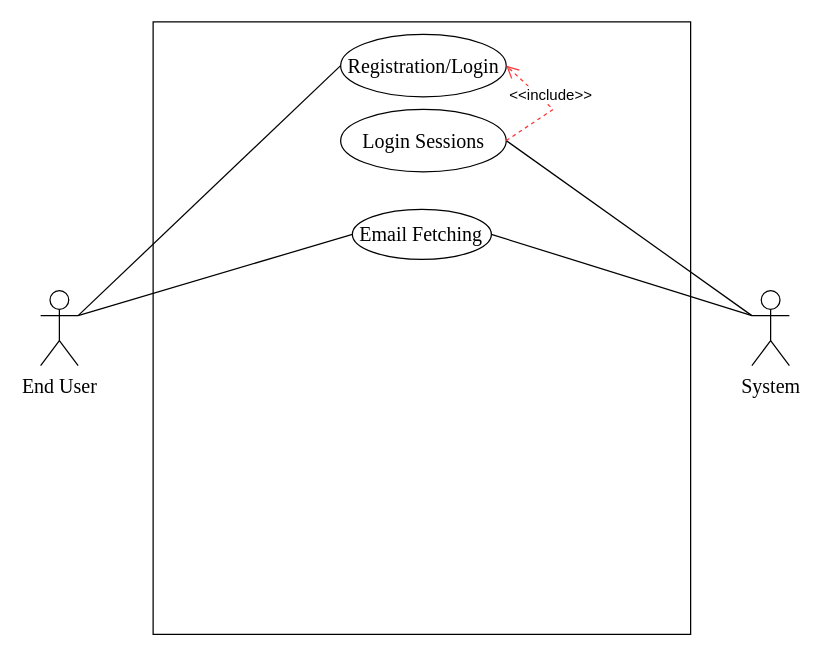
Before: UseCase.drawio in Yash7200/CP-3, a draw.io diagram. Source tidied: cells renumbered, new cells numbered last; positions are measured from the earlier drawing's top-left corner, leaving out a move shared by most shapes. Both pictures are drawn from the tidied source at 125%, with x=0, y=0 at pixel (40, 21).
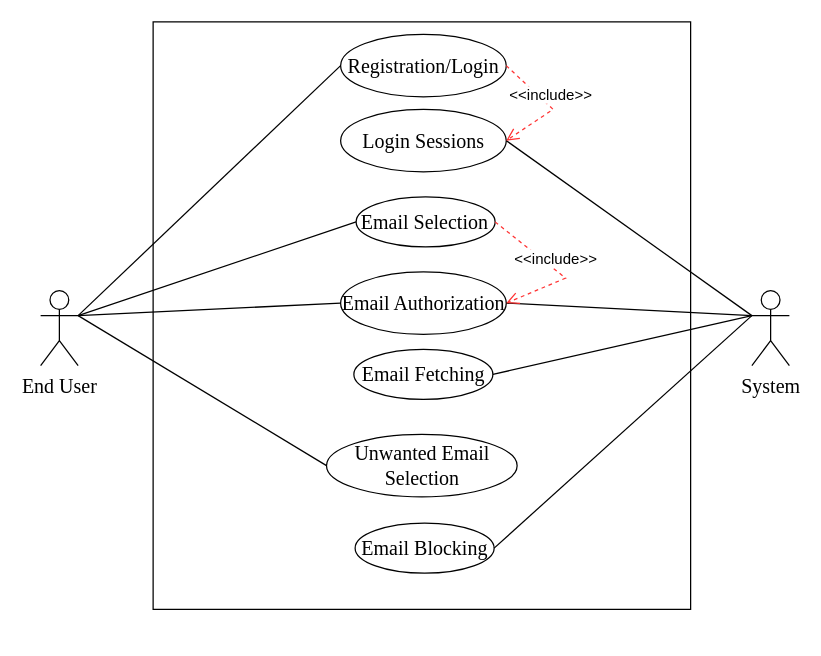
Above is the later version.

Unchanged cells that the change refers to:
```xml
<mxCell id="3" value="&lt;font style=&quot;font-size: 16px;&quot; face=&quot;Times New Roman&quot;&gt;End User&lt;/font&gt;" style="shape=umlActor;verticalLabelPosition=bottom;verticalAlign=top;html=1;outlineConnect=0;" parent="1" vertex="1">
  <mxGeometry y="215" width="30" height="60" as="geometry" />
</mxCell>
<mxCell id="4" value="&lt;div style=&quot;font-size: 16px;&quot;&gt;&lt;font face=&quot;Times New Roman&quot;&gt;System&lt;/font&gt;&lt;/div&gt;" style="shape=umlActor;verticalLabelPosition=bottom;verticalAlign=top;html=1;outlineConnect=0;" parent="1" vertex="1">
  <mxGeometry x="569" y="215" width="30" height="60" as="geometry" />
</mxCell>
<mxCell id="5" value="&lt;font face=&quot;Times New Roman&quot; style=&quot;font-size: 16px;&quot;&gt;Registration/Login&lt;br style=&quot;font-size: 16px;&quot;&gt;&lt;/font&gt;" style="ellipse;whiteSpace=wrap;html=1;fillColor=none;fontSize=16;" parent="1" vertex="1">
  <mxGeometry x="240" y="10" width="132.5" height="50" as="geometry" />
</mxCell>
<mxCell id="10" value="&lt;font face=&quot;Times New Roman&quot;&gt;Login Sessions&lt;/font&gt;" style="ellipse;whiteSpace=wrap;html=1;fillColor=none;fontSize=16;" parent="1" vertex="1">
  <mxGeometry x="240" y="70" width="132.5" height="50" as="geometry" />
</mxCell>
```

Diff of the diagram source:
```diff
@@
     <mxCell id="2" style="whiteSpace=wrap;html=1;fillColor=none;" parent="1" vertex="1">
-      <mxGeometry x="90" width="430" height="490" as="geometry" />
+      <mxGeometry x="90" width="430" height="470" as="geometry" />
     </mxCell>
@@
     <mxCell id="7" value="&lt;font face=&quot;Times New Roman&quot;&gt;Email Fetching&lt;br&gt;&lt;/font&gt;" style="ellipse;whiteSpace=wrap;html=1;fillColor=none;fontSize=16;" parent="1" vertex="1">
-      <mxGeometry x="249.4" y="150" width="111.2" height="40" as="geometry" />
+      <mxGeometry x="250.6" y="262" width="111.2" height="40" as="geometry" />
     </mxCell>
@@
-    <mxCell id="9" style="endArrow=none;html=1;rounded=0;exitX=1;exitY=0.3333333333333333;exitDx=0;exitDy=0;exitPerimeter=0;entryX=0;entryY=0.5;entryDx=0;entryDy=0;" parent="1" edge="1" source="3" target="7">
+    <mxCell id="9" style="endArrow=none;html=1;rounded=0;exitX=1;exitY=0.3333333333333333;exitDx=0;exitDy=0;exitPerimeter=0;entryX=0;entryY=0.5;entryDx=0;entryDy=0;" parent="1" edge="1" source="3" target="13">
       <mxGeometry relative="1" as="geometry" />
     </mxCell>
@@
-    <mxCell id="12" value="&amp;lt;&amp;lt;include&amp;gt;&amp;gt;" style="verticalAlign=bottom;endArrow=open;dashed=1;endSize=8;rounded=0;fontSize=12;entryX=1;entryY=0.5;entryDx=0;entryDy=0;fontColor=#000000;labelBorderColor=none;html=1;strokeColor=#FF3333;exitX=1;exitY=0.5;exitDx=0;exitDy=0;" parent="1" edge="1" source="10" target="5">
+    <mxCell id="12" value="&amp;lt;&amp;lt;include&amp;gt;&amp;gt;" style="verticalAlign=bottom;endArrow=open;dashed=1;endSize=8;rounded=0;fontSize=12;entryX=1;entryY=0.5;entryDx=0;entryDy=0;fontColor=#000000;labelBorderColor=none;html=1;strokeColor=#FF3333;exitX=1;exitY=0.5;exitDx=0;exitDy=0;" parent="1" edge="1" source="5" target="10">
       <mxGeometry relative="1" as="geometry">
         <Array as="points">
           <mxPoint x="410" y="70" />
         </Array>
       </mxGeometry>
     </mxCell>
+    <mxCell id="13" value="&lt;font face=&quot;Times New Roman&quot;&gt;Email Selection&lt;br&gt;&lt;/font&gt;" style="ellipse;whiteSpace=wrap;html=1;fillColor=none;fontSize=16;" parent="1" vertex="1">
+      <mxGeometry x="252.4" y="140" width="111.2" height="40" as="geometry" />
+    </mxCell>
+    <mxCell id="14" value="&lt;font face=&quot;Times New Roman&quot;&gt;Email Blocking&lt;br&gt;&lt;/font&gt;" style="ellipse;whiteSpace=wrap;html=1;fillColor=none;fontSize=16;" parent="1" vertex="1">
+      <mxGeometry x="251.6" y="401" width="111.2" height="40" as="geometry" />
+    </mxCell>
+    <mxCell id="15" value="&lt;font face=&quot;Times New Roman&quot;&gt;Email Authorization&lt;br&gt;&lt;/font&gt;" style="ellipse;whiteSpace=wrap;html=1;fillColor=none;fontSize=16;" parent="1" vertex="1">
+      <mxGeometry x="240" y="200" width="132.5" height="50" as="geometry" />
+    </mxCell>
+    <mxCell id="16" style="endArrow=none;html=1;rounded=0;exitX=1;exitY=0.3333333333333333;exitDx=0;exitDy=0;exitPerimeter=0;entryX=0;entryY=0.5;entryDx=0;entryDy=0;" parent="1" edge="1" source="3" target="15">
+      <mxGeometry relative="1" as="geometry" />
+    </mxCell>
+    <mxCell id="17" style="endArrow=none;html=1;rounded=0;entryX=1;entryY=0.5;entryDx=0;entryDy=0;exitX=0;exitY=0.3333333333333333;exitDx=0;exitDy=0;exitPerimeter=0;" parent="1" edge="1" source="4" target="15">
+      <mxGeometry relative="1" as="geometry" />
+    </mxCell>
+    <mxCell id="18" style="endArrow=none;html=1;rounded=0;entryX=1;entryY=0.5;entryDx=0;entryDy=0;exitX=0;exitY=0.3333333333333333;exitDx=0;exitDy=0;exitPerimeter=0;" parent="1" edge="1" source="4" target="14">
+      <mxGeometry relative="1" as="geometry" />
+    </mxCell>
+    <mxCell id="19" value="&lt;font face=&quot;Times New Roman&quot;&gt;Unwanted Email Selection&lt;br&gt;&lt;/font&gt;" style="ellipse;whiteSpace=wrap;html=1;fillColor=none;fontSize=16;" parent="1" vertex="1">
+      <mxGeometry x="228.7" y="330" width="152.5" height="50" as="geometry" />
+    </mxCell>
+    <mxCell id="20" style="endArrow=none;html=1;rounded=0;exitX=1;exitY=0.3333333333333333;exitDx=0;exitDy=0;exitPerimeter=0;entryX=0;entryY=0.5;entryDx=0;entryDy=0;" parent="1" edge="1" source="3" target="19">
+      <mxGeometry relative="1" as="geometry" />
+    </mxCell>
+    <mxCell id="21" value="&amp;lt;&amp;lt;include&amp;gt;&amp;gt;" style="verticalAlign=bottom;endArrow=open;dashed=1;endSize=8;rounded=0;fontSize=12;entryX=1;entryY=0.5;entryDx=0;entryDy=0;fontColor=#000000;labelBorderColor=none;html=1;strokeColor=#FF3333;exitX=1;exitY=0.5;exitDx=0;exitDy=0;" parent="1" edge="1" source="13" target="15">
+      <mxGeometry relative="1" as="geometry">
+        <Array as="points">
+          <mxPoint x="420" y="205" />
+        </Array>
+      </mxGeometry>
+    </mxCell>
```
